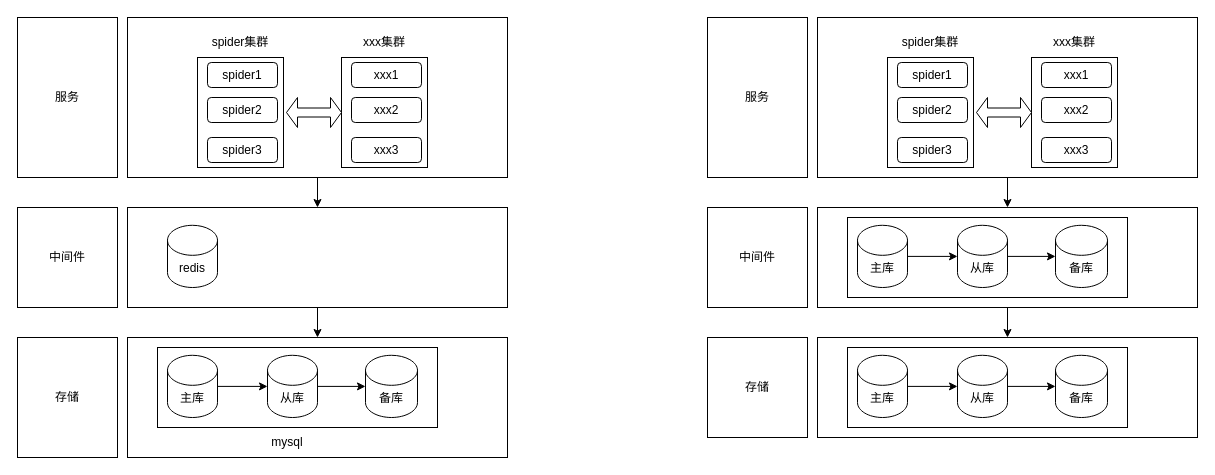
Before: spider.drawio in craZzoy/diagram, a draw.io diagram. Source tidied: cells renumbered, new cells numbered last; positions are measured from the earlier drawing's top-left corner, leaving out a move shared by most shapes. Both pictures are drawn from the tidied source at 100%, with x=0, y=0 at pixel (17, 17).
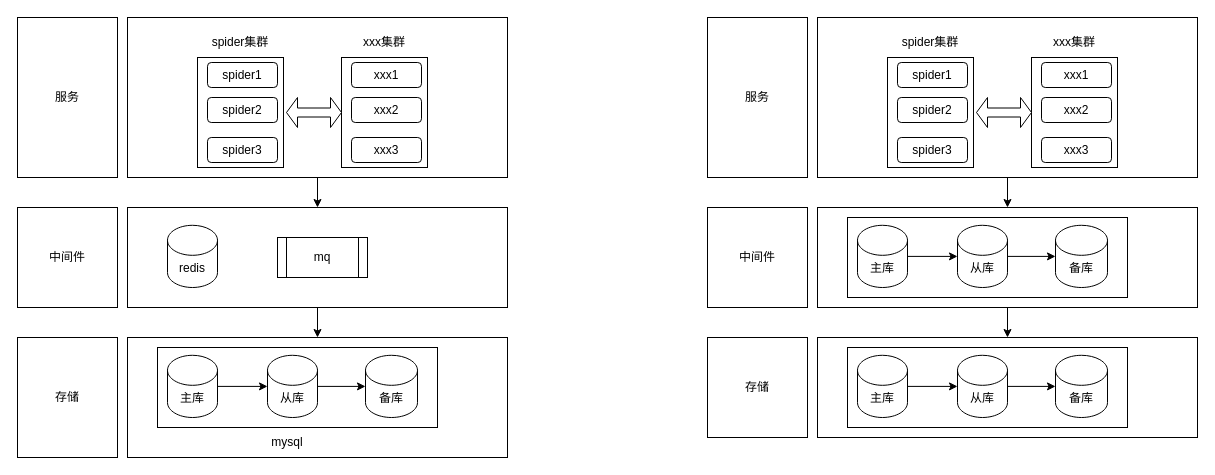
After the change.

Change to the diagram source:
```diff
@@
+    <mxCell id="60" value="mq" style="shape=process;whiteSpace=wrap;html=1;backgroundOutline=1;" parent="1" vertex="1">
+      <mxGeometry x="260" y="220" width="90" height="40" as="geometry" />
+    </mxCell>
```
